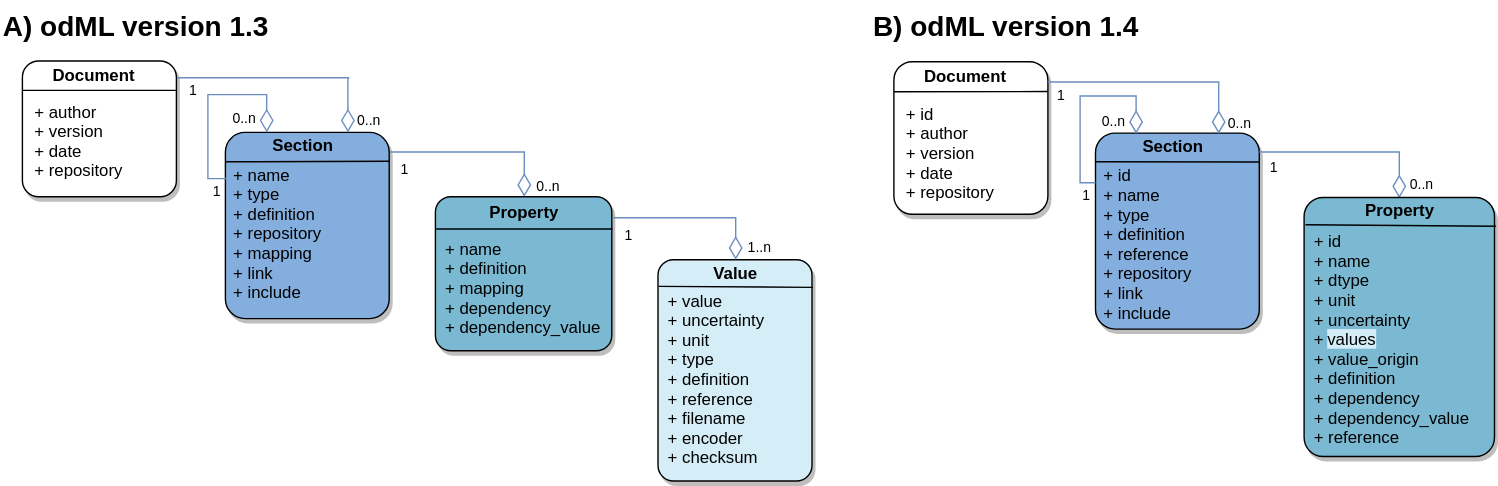
This is 201800_odML_article/img/odML_DataModel_cmp_hz_color.svg from mpsonntag/prespost, a draw.io export, as it was before one commit. Source tidied: cells renumbered, new cells last; positions are measured from the earlier drawing's top-left corner, leaving out a move shared by most shapes.
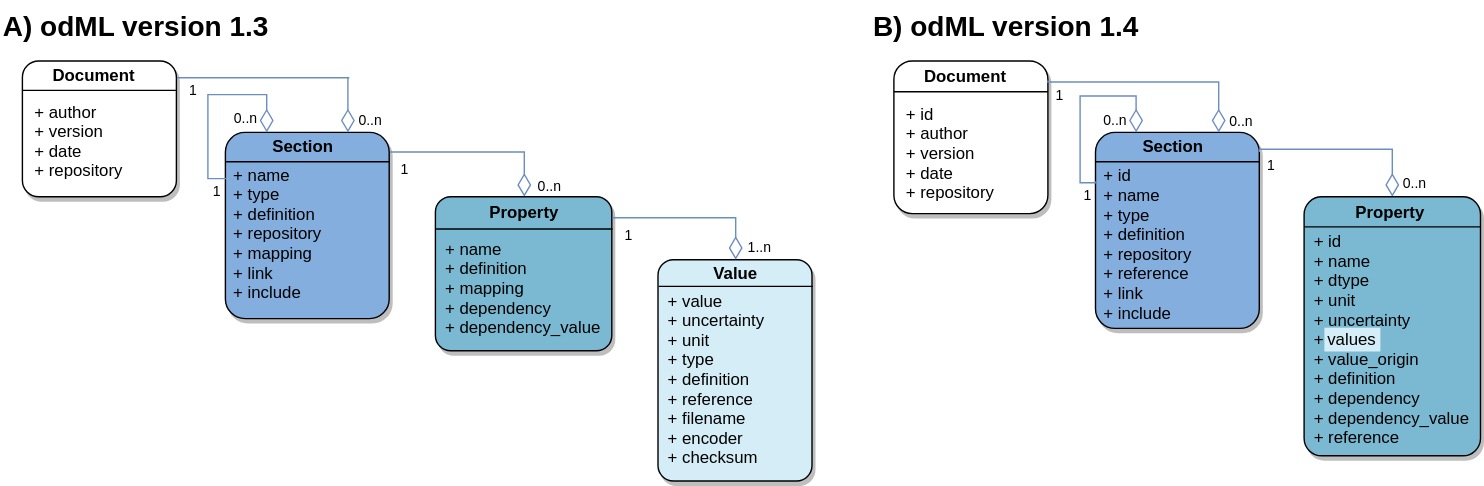
Later version of the same file.

Commit message:
[2018xx odml article] Align comparison fig details

Diff of the diagram source:
```diff
@@ -5,11 +5,11 @@
     <mxCell id="2" value="B) odML version 1.4" style="text;fontStyle=1;fontSize=20;" parent="1" vertex="1">
       <mxGeometry x="621.5" width="29" height="30" as="geometry" />
     </mxCell>
-    <mxCell id="3" style="shadow=1;fillColor=#83aedd;verticalAlign=bottom;align=center;overflow=fill;fontSize=12;fontFamily=Helvetica;strokeColor=#000000;fontStyle=1;horizontal=1;rounded=1;glass=0;arcSize=12;" parent="1" vertex="1">
-      <mxGeometry x="782" y="94.5" width="117" height="140" as="geometry" />
+    <mxCell id="3" style="shadow=1;fillColor=#83AEDD;verticalAlign=bottom;align=center;overflow=fill;fontSize=12;fontFamily=Helvetica;strokeColor=#000000;fontStyle=1;horizontal=1;rounded=1;glass=0;arcSize=12;" parent="1" vertex="1">
+      <mxGeometry x="782" y="94" width="117" height="140" as="geometry" />
     </mxCell>
     <mxCell id="4" style="shadow=1;fillColor=#ffffff;verticalAlign=top;align=left;overflow=fill;fontSize=12;fontFamily=Helvetica;strokeColor=#000000;fontStyle=1;rounded=1;arcSize=12;" parent="1" vertex="1">
-      <mxGeometry x="638" y="43.5" width="110" height="109" as="geometry" />
+      <mxGeometry x="638" y="43" width="110" height="109" as="geometry" />
     </mxCell>
     <mxCell id="5" value="Section" style="text;fontStyle=1;" parent="1" vertex="1">
       <mxGeometry x="814" y="90.5" width="53" height="20" as="geometry" />
@@ -33,13 +33,14 @@
         <mxPoint x="-16.5" y="0.5" as="offset" />
       </mxGeometry>
     </mxCell>
-    <mxCell id="9" value="+ id&#10;+ name&#10;+ type&#10;+ definition&#10;+ reference&#10;+ repository&#10;+ link&#10;+ include" style="text;" parent="1" vertex="1">
+    <mxCell id="9" value="+ id&#10;+ name&#10;+ type&#10;+ definition&#10;+ repository&#10;+ reference&#10;+ link&#10;+ include" style="text;" parent="1" vertex="1">
       <mxGeometry x="786" y="111.5" width="93" height="126" as="geometry" />
     </mxCell>
     <mxCell id="10" style="edgeStyle=orthogonalEdgeStyle;rounded=0;html=1;exitX=0.5;exitY=0;entryX=1.002;entryY=0.097;startArrow=diamondThin;startFill=0;startSize=14;endArrow=none;endFill=0;endSize=6;jettySize=auto;fontSize=10;strokeColor=#6c8ebf;fillColor=#dae8fc;entryPerimeter=0;" parent="1" edge="1" source="18" target="3">
       <mxGeometry relative="1" as="geometry">
         <Array as="points">
-          <mxPoint x="998.5" y="108" />
+          <mxPoint x="994" y="106" />
+          <mxPoint x="899" y="106" />
         </Array>
       </mxGeometry>
     </mxCell>
@@ -76,39 +77,38 @@
     <mxCell id="17" value="+ id&#10;+ author&#10;+ version&#10;+ date&#10;+ repository" style="text;" parent="1" vertex="1">
       <mxGeometry x="645" y="67.5" width="76" height="73" as="geometry" />
     </mxCell>
-    <mxCell id="18" style="shadow=1;fillColor=#7ab9d1;verticalAlign=top;align=left;overflow=fill;fontSize=12;fontFamily=Helvetica;strokeColor=#000000;fontStyle=0;rounded=1;arcSize=10;" parent="1" vertex="1">
-      <mxGeometry x="931" y="140.5" width="136" height="185" as="geometry" />
+    <mxCell id="18" style="shadow=1;fillColor=#7AB9D1;verticalAlign=top;align=left;overflow=fill;fontSize=12;fontFamily=Helvetica;strokeColor=#000000;fontStyle=0;rounded=1;arcSize=10;" parent="1" vertex="1">
+      <mxGeometry x="931" y="140" width="126" height="185" as="geometry" />
     </mxCell>
     <mxCell id="19" value="Property" style="text;fontStyle=1;" parent="1" vertex="1">
-      <mxGeometry x="973" y="136.5" width="53" height="25" as="geometry" />
+      <mxGeometry x="966" y="138" width="53" height="25" as="geometry" />
     </mxCell>
     <mxCell id="20" value=" + id&#10; + name&#10; + dtype&#10; + unit&#10; + uncertainty&#10; + values&#10; + value_origin&#10; + definition&#10; + dependency&#10; + dependency_value&#10; + reference" style="text;" parent="1" vertex="1">
       <mxGeometry x="933" y="158.5" width="124" height="162" as="geometry" />
     </mxCell>
-    <mxCell id="21" style="endArrow=none;html=1;entryX=1;entryY=0.25;exitX=0;exitY=0.196;exitPerimeter=0;" parent="1" edge="1" source="4">
+    <mxCell id="21" style="endArrow=none;html=1;entryX=1;entryY=0.25;exitX=0;exitY=0.196;exitPerimeter=0;" parent="1" edge="1">
       <mxGeometry relative="1" as="geometry">
-        <mxPoint x="748.1" y="64.8" as="targetPoint" />
+        <mxPoint x="638" y="65" as="sourcePoint" />
+        <mxPoint x="748.1" y="65" as="targetPoint" />
       </mxGeometry>
     </mxCell>
-    <mxCell id="22" style="endArrow=none;html=1;entryX=1;entryY=0.25;exitX=0.003;exitY=0.144;exitPerimeter=0;" parent="1" edge="1" source="3">
+    <mxCell id="22" style="endArrow=none;html=1;entryX=1;entryY=0.25;exitX=0.003;exitY=0.144;exitPerimeter=0;" parent="1" edge="1">
       <mxGeometry relative="1" as="geometry">
-        <mxPoint x="899" y="115.2" as="targetPoint" />
+        <mxPoint x="782" y="115" as="sourcePoint" />
+        <mxPoint x="899" y="115" as="targetPoint" />
       </mxGeometry>
     </mxCell>
-    <mxCell id="23" style="endArrow=none;html=1;entryX=1.005;entryY=0.112;exitX=0.005;exitY=0.108;exitPerimeter=0;entryPerimeter=0;" parent="1" edge="1" source="18" target="18">
-      <mxGeometry relative="1" as="geometry" />
-    </mxCell>
     <mxCell id="24" value="A) odML version 1.3" style="text;fontStyle=1;fontSize=20;" parent="1" vertex="1">
       <mxGeometry width="29" height="30" as="geometry" />
     </mxCell>
-    <mxCell id="25" style="shadow=1;fillColor=#83aedd;verticalAlign=bottom;align=center;overflow=fill;fontSize=12;fontFamily=Helvetica;strokeColor=#000000;fontStyle=1;horizontal=1;rounded=1;glass=0;arcSize=12;gradientColor=none;" parent="1" vertex="1">
+    <mxCell id="25" style="shadow=1;fillColor=#83AEDD;verticalAlign=bottom;align=center;overflow=fill;fontSize=12;fontFamily=Helvetica;strokeColor=#000000;fontStyle=1;horizontal=1;rounded=1;glass=0;arcSize=12;gradientColor=none;" parent="1" vertex="1">
       <mxGeometry x="160.5" y="94" width="117" height="133" as="geometry" />
     </mxCell>
     <mxCell id="26" style="shadow=1;fillColor=#ffffff;verticalAlign=top;align=left;overflow=fill;fontSize=12;fontFamily=Helvetica;strokeColor=#000000;fontStyle=1;rounded=1;arcSize=12;" parent="1" vertex="1">
       <mxGeometry x="15.5" y="43" width="110" height="97" as="geometry" />
     </mxCell>
     <mxCell id="27" value="Section" style="text;fontStyle=1;" parent="1" vertex="1">
-      <mxGeometry x="192.5" y="90" width="53" height="20" as="geometry" />
+      <mxGeometry x="192.5" y="90.5" width="53" height="20" as="geometry" />
     </mxCell>
     <mxCell id="28" style="edgeStyle=orthogonalEdgeStyle;rounded=0;html=1;exitX=0.25;exitY=0;entryX=0;entryY=0.25;startArrow=diamondThin;startFill=0;startSize=14;endArrow=none;endFill=0;endSize=6;jettySize=auto;orthogonalLoop=1;fontSize=10;strokeColor=#6c8ebf;fillColor=#dae8fc;" parent="1" edge="1" source="25" target="25">
       <mxGeometry relative="1" as="geometry">
@@ -173,7 +173,7 @@
     <mxCell id="39" value="+ author&#10;+ version&#10;+ date&#10;+ repository" style="text;" parent="1" vertex="1">
       <mxGeometry x="22.5" y="66" width="76" height="73" as="geometry" />
     </mxCell>
-    <mxCell id="40" style="shadow=1;fillColor=#7ab9d1;verticalAlign=top;align=left;overflow=fill;fontSize=12;fontFamily=Helvetica;strokeColor=#000000;fontStyle=0;rounded=1;arcSize=10;" parent="1" vertex="1">
+    <mxCell id="40" style="shadow=1;fillColor=#7AB9D1;verticalAlign=top;align=left;overflow=fill;fontSize=12;fontFamily=Helvetica;strokeColor=#000000;fontStyle=0;rounded=1;arcSize=10;" parent="1" vertex="1">
       <mxGeometry x="310.5" y="140" width="126" height="110" as="geometry" />
     </mxCell>
     <mxCell id="41" value="Property" style="text;fontStyle=1;" parent="1" vertex="1">
@@ -190,13 +190,13 @@
     </mxCell>
     <mxCell id="44" style="endArrow=none;html=1;entryX=1;entryY=0.25;exitX=0.002;exitY=0.157;exitPerimeter=0;" parent="1" edge="1" source="25">
       <mxGeometry relative="1" as="geometry">
-        <mxPoint x="277.5" y="114.7" as="targetPoint" />
+        <mxPoint x="277.5" y="115" as="targetPoint" />
       </mxGeometry>
     </mxCell>
     <mxCell id="45" style="endArrow=none;html=1;exitX=0.001;exitY=0.21;exitPerimeter=0;entryX=1.002;entryY=0.21;entryPerimeter=0;" parent="1" edge="1" source="40" target="40">
       <mxGeometry relative="1" as="geometry" />
     </mxCell>
-    <mxCell id="46" style="shadow=1;fillColor=#d4edf7;verticalAlign=top;align=left;overflow=fill;fontSize=12;fontFamily=Helvetica;strokeColor=#000000;fontStyle=0;rounded=1;arcSize=10;" parent="1" vertex="1">
+    <mxCell id="46" style="shadow=1;fillColor=#D4EDF7;verticalAlign=top;align=left;overflow=fill;fontSize=12;fontFamily=Helvetica;strokeColor=#000000;fontStyle=0;rounded=1;arcSize=10;" parent="1" vertex="1">
       <mxGeometry x="469.5" y="185" width="110" height="158" as="geometry" />
     </mxCell>
     <mxCell id="47" value="Value" style="text;fontStyle=1;" parent="1" vertex="1">
@@ -207,7 +207,7 @@
     </mxCell>
     <mxCell id="49" style="endArrow=none;html=1;entryX=1.005;entryY=0.112;exitX=0;exitY=0.123;exitPerimeter=0;entryPerimeter=0;" parent="1" edge="1" source="46">
       <mxGeometry relative="1" as="geometry">
-        <mxPoint x="580.2" y="204.7" as="targetPoint" />
+        <mxPoint x="580.2" y="204" as="targetPoint" />
       </mxGeometry>
     </mxCell>
     <mxCell id="50" style="edgeStyle=orthogonalEdgeStyle;rounded=0;html=1;exitX=0.5;exitY=0;entryX=1;entryY=0.138;startArrow=diamondThin;startFill=0;startSize=14;endArrow=none;endFill=0;endSize=6;jettySize=auto;fontSize=10;strokeColor=#6c8ebf;fillColor=#dae8fc;entryPerimeter=0;" parent="1" edge="1" source="46" target="40">
@@ -228,8 +228,14 @@
         <mxPoint x="18" y="-4.5" as="offset" />
       </mxGeometry>
     </mxCell>
+    <mxCell id="54" style="endArrow=none;html=1;exitX=0.001;exitY=0.21;exitPerimeter=0;entryX=1.002;entryY=0.21;entryPerimeter=0;" parent="1" edge="1">
+      <mxGeometry relative="1" as="geometry">
+        <mxPoint x="931" y="161.5" as="sourcePoint" />
+        <mxPoint x="1057" y="161.5" as="targetPoint" />
+      </mxGeometry>
+    </mxCell>
-    <mxCell id="53" value="values" style="text;html=1;labelBackgroundColor=#d4edf7;" parent="1" vertex="1">
-      <mxGeometry x="946" y="228" width="60" height="30" as="geometry" />
+    <mxCell id="53" value="values" style="text;html=1;align=left;verticalAlign=top;spacingTop=-6;fillColor=#D4EDF7;" parent="1" vertex="1">
+      <mxGeometry x="945.5" y="233.5" width="40" height="17" as="geometry" />
     </mxCell>
   </root>
 </mxGraphModel>
```
